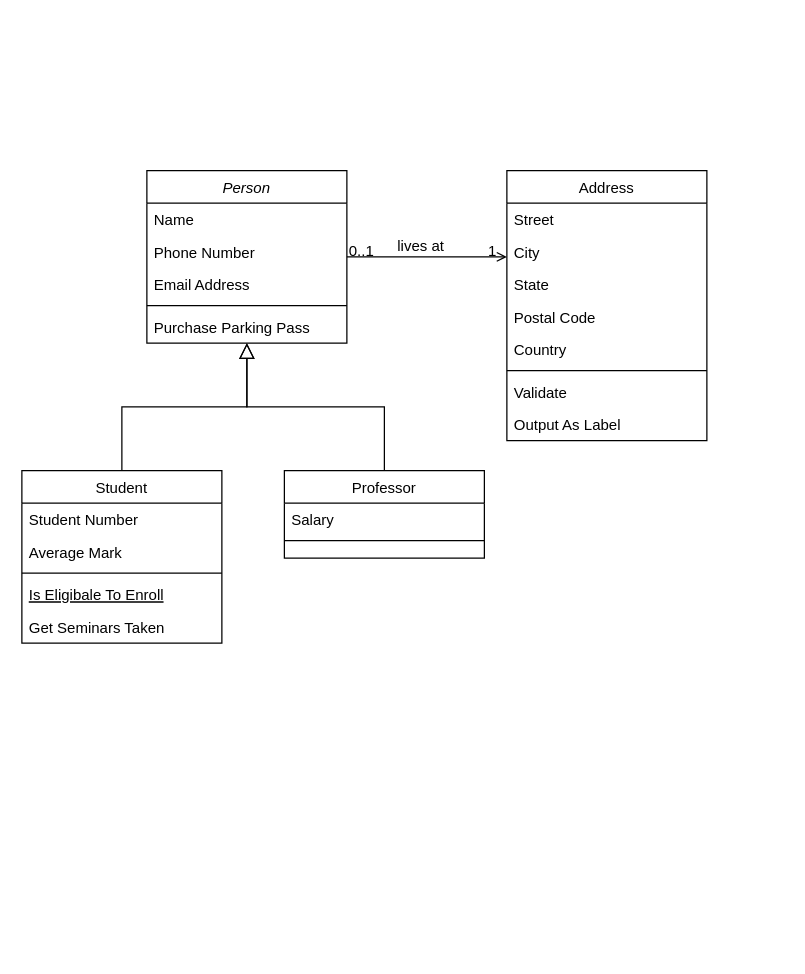
Earlier version of the draw.io diagram diagram/diagram.drawio (pawel-korniak/Food4Fit). Source tidied: cells renumbered, new cells numbered last; positions are measured from the earlier drawing's top-left corner, leaving out a move shared by most shapes. Both pictures are drawn from the tidied source at 125%, with x=0, y=0 at pixel (21, 170).
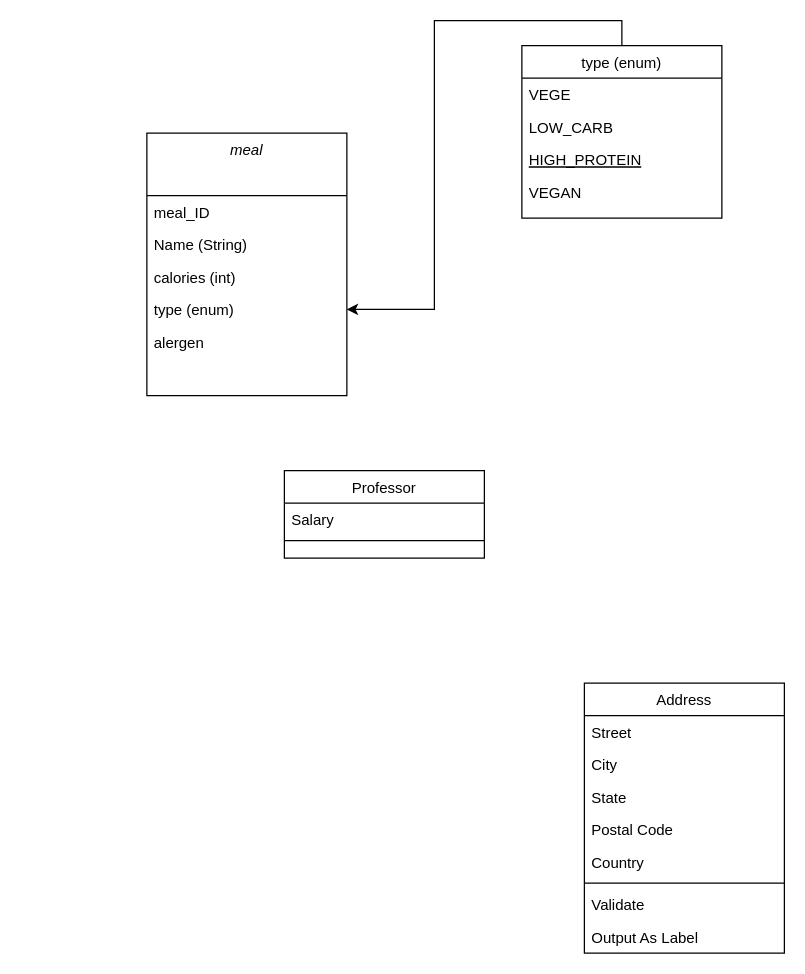
The same page after the edit.

Unchanged cells that the change refers to:
```xml
<mxCell id="15" value="Professor" style="swimlane;fontStyle=0;align=center;verticalAlign=top;horizontal=1;startSize=26;rounded=0;shadow=0;strokeWidth=1;" parent="1" vertex="1">
  <mxGeometry x="210" y="240" width="160" height="70" as="geometry" />
</mxCell>
```

What changed in the source:
```diff
@@
-    <mxCell id="2" value="Person" style="swimlane;fontStyle=2;align=center;verticalAlign=top;horizontal=1;startSize=26;rounded=0;shadow=0;strokeWidth=1;" parent="1" vertex="1">
-      <mxGeometry x="100" width="160" height="138" as="geometry" />
+    <mxCell id="2" value="meal" style="swimlane;fontStyle=2;align=center;verticalAlign=top;horizontal=1;startSize=50;rounded=0;shadow=0;strokeWidth=1;" parent="1" vertex="1">
+      <mxGeometry x="100" y="-30" width="160" height="210" as="geometry" />
     </mxCell>
+    <mxCell id="32" value="meal_ID" style="text;align=left;verticalAlign=top;spacingLeft=4;spacingRight=4;overflow=hidden;" parent="2" vertex="1">
+      <mxGeometry y="50" width="160" height="26" as="geometry" />
+    </mxCell>
-    <mxCell id="3" value="Name" style="text;align=left;verticalAlign=top;spacingLeft=4;spacingRight=4;overflow=hidden;" parent="2" vertex="1">
-      <mxGeometry y="26" width="160" height="26" as="geometry" />
+    <mxCell id="3" value="Name (String)" style="text;align=left;verticalAlign=top;spacingLeft=4;spacingRight=4;overflow=hidden;" parent="2" vertex="1">
+      <mxGeometry y="76" width="160" height="26" as="geometry" />
     </mxCell>
-    <mxCell id="4" value="Phone Number" style="text;align=left;verticalAlign=top;spacingLeft=4;spacingRight=4;overflow=hidden;rounded=0;shadow=0;html=0;" parent="2" vertex="1">
-      <mxGeometry y="52" width="160" height="26" as="geometry" />
+    <mxCell id="4" value="calories (int)" style="text;align=left;verticalAlign=top;spacingLeft=4;spacingRight=4;overflow=hidden;rounded=0;shadow=0;html=0;" parent="2" vertex="1">
+      <mxGeometry y="102" width="160" height="26" as="geometry" />
     </mxCell>
-    <mxCell id="5" value="Email Address" style="text;align=left;verticalAlign=top;spacingLeft=4;spacingRight=4;overflow=hidden;points=[[0,0.5],[1,0.5]];portConstraint=eastwest;rounded=0;shadow=0;html=0;" parent="2" vertex="1">
-      <mxGeometry y="78" width="160" height="26" as="geometry" />
+    <mxCell id="5" value="type (enum)" style="text;align=left;verticalAlign=top;spacingLeft=4;spacingRight=4;overflow=hidden;points=[[0,0.5],[1,0.5]];portConstraint=eastwest;rounded=0;shadow=0;html=0;" parent="2" vertex="1">
+      <mxGeometry y="128" width="160" height="26" as="geometry" />
     </mxCell>
-    <mxCell id="6" style="line;html=1;strokeWidth=1;align=left;verticalAlign=middle;spacingTop=-1;spacingLeft=3;spacingRight=3;labelPosition=right;" parent="2" vertex="1">
-      <mxGeometry y="104" width="160" height="8" as="geometry" />
-    </mxCell>
-    <mxCell id="7" value="Purchase Parking Pass" style="text;align=left;verticalAlign=top;spacingLeft=4;spacingRight=4;overflow=hidden;" parent="2" vertex="1">
-      <mxGeometry y="112" width="160" height="26" as="geometry" />
+    <mxCell id="7" value="alergen " style="text;align=left;verticalAlign=top;spacingLeft=4;spacingRight=4;overflow=hidden;" parent="2" vertex="1">
+      <mxGeometry y="154" width="160" height="26" as="geometry" />
     </mxCell>
-    <mxCell id="8" value="Student" style="swimlane;fontStyle=0;align=center;verticalAlign=top;horizontal=1;startSize=26;rounded=0;shadow=0;strokeWidth=1;" parent="1" vertex="1">
-      <mxGeometry y="240" width="160" height="138" as="geometry" />
+    <mxCell id="8" value="type (enum)" style="swimlane;fontStyle=0;align=center;verticalAlign=top;horizontal=1;startSize=26;rounded=0;shadow=0;strokeWidth=1;" parent="1" vertex="1">
+      <mxGeometry x="400" y="-100" width="160" height="138" as="geometry" />
     </mxCell>
-    <mxCell id="9" value="Student Number" style="text;align=left;verticalAlign=top;spacingLeft=4;spacingRight=4;overflow=hidden;" parent="8" vertex="1">
+    <mxCell id="9" value="VEGE" style="text;align=left;verticalAlign=top;spacingLeft=4;spacingRight=4;overflow=hidden;" parent="8" vertex="1">
       <mxGeometry y="26" width="160" height="26" as="geometry" />
     </mxCell>
-    <mxCell id="10" value="Average Mark" style="text;align=left;verticalAlign=top;spacingLeft=4;spacingRight=4;overflow=hidden;rounded=0;shadow=0;html=0;" parent="8" vertex="1">
+    <mxCell id="10" value="LOW_CARB" style="text;align=left;verticalAlign=top;spacingLeft=4;spacingRight=4;overflow=hidden;rounded=0;shadow=0;html=0;" parent="8" vertex="1">
       <mxGeometry y="52" width="160" height="26" as="geometry" />
     </mxCell>
-    <mxCell id="11" style="line;html=1;strokeWidth=1;align=left;verticalAlign=middle;spacingTop=-1;spacingLeft=3;spacingRight=3;labelPosition=right;" parent="8" vertex="1">
-      <mxGeometry y="78" width="160" height="8" as="geometry" />
-    </mxCell>
-    <mxCell id="12" value="Is Eligibale To Enroll" style="text;align=left;verticalAlign=top;spacingLeft=4;spacingRight=4;overflow=hidden;fontStyle=4;" parent="8" vertex="1">
-      <mxGeometry y="86" width="160" height="26" as="geometry" />
+    <mxCell id="12" value="HIGH_PROTEIN" style="text;align=left;verticalAlign=top;spacingLeft=4;spacingRight=4;overflow=hidden;fontStyle=4;" parent="8" vertex="1">
+      <mxGeometry y="78" width="160" height="26" as="geometry" />
     </mxCell>
-    <mxCell id="13" value="Get Seminars Taken" style="text;align=left;verticalAlign=top;spacingLeft=4;spacingRight=4;overflow=hidden;" parent="8" vertex="1">
-      <mxGeometry y="112" width="160" height="26" as="geometry" />
+    <mxCell id="13" value="VEGAN" style="text;align=left;verticalAlign=top;spacingLeft=4;spacingRight=4;overflow=hidden;" parent="8" vertex="1">
+      <mxGeometry y="104" width="160" height="26" as="geometry" />
     </mxCell>
-    <mxCell id="14" style="endArrow=block;endSize=10;endFill=0;shadow=0;strokeWidth=1;rounded=0;edgeStyle=elbowEdgeStyle;elbow=vertical;" parent="1" edge="1" source="8" target="2">
-      <mxGeometry relative="1" as="geometry" />
-    </mxCell>
@@
-    <mxCell id="18" style="endArrow=block;endSize=10;endFill=0;shadow=0;strokeWidth=1;rounded=0;edgeStyle=elbowEdgeStyle;elbow=vertical;" parent="1" edge="1" source="15" target="2">
-      <mxGeometry relative="1" as="geometry" />
-    </mxCell>
     <mxCell id="19" value="Address" style="swimlane;fontStyle=0;align=center;verticalAlign=top;horizontal=1;startSize=26;rounded=0;shadow=0;strokeWidth=1;" parent="1" vertex="1">
-      <mxGeometry x="388" width="160" height="216" as="geometry" />
+      <mxGeometry x="450" y="410" width="160" height="216" as="geometry" />
     </mxCell>
@@
-    <mxCell id="28" style="endArrow=open;shadow=0;strokeWidth=1;rounded=0;endFill=1;edgeStyle=elbowEdgeStyle;elbow=vertical;" parent="1" edge="1" source="2" target="19">
-      <mxGeometry x="0.5" y="41" relative="1" as="geometry">
-        <mxPoint x="-40" y="32" as="offset" />
-      </mxGeometry>
-    </mxCell>
-    <mxCell id="29" value="0..1" style="align=left;verticalAlign=bottom;labelBackgroundColor=none;fontSize=12;" parent="28" vertex="1">
-      <mxGeometry x="-1" relative="1" as="geometry">
-        <mxPoint y="4" as="offset" />
-      </mxGeometry>
-    </mxCell>
-    <mxCell id="30" value="1" style="align=right;verticalAlign=bottom;labelBackgroundColor=none;fontSize=12;" parent="28" vertex="1">
-      <mxGeometry x="1" relative="1" as="geometry">
-        <mxPoint x="-7" y="4" as="offset" />
-      </mxGeometry>
-    </mxCell>
-    <mxCell id="31" value="lives at" style="text;html=1;align=center;verticalAlign=middle;labelBackgroundColor=none;rounded=0;shadow=0;strokeWidth=1;fontSize=12;" parent="28" vertex="1">
-      <mxGeometry x="0.5" y="49" relative="1" as="geometry">
-        <mxPoint x="-38" y="40" as="offset" />
-      </mxGeometry>
-    </mxCell>
+    <mxCell id="33" style="edgeStyle=orthogonalEdgeStyle;rounded=0;jettySize=auto;html=1;exitX=0.5;exitY=0;exitDx=0;exitDy=0;entryX=1;entryY=0.5;entryDx=0;entryDy=0;" parent="1" edge="1" source="8" target="5">
+      <mxGeometry relative="1" as="geometry" />
+    </mxCell>
```
